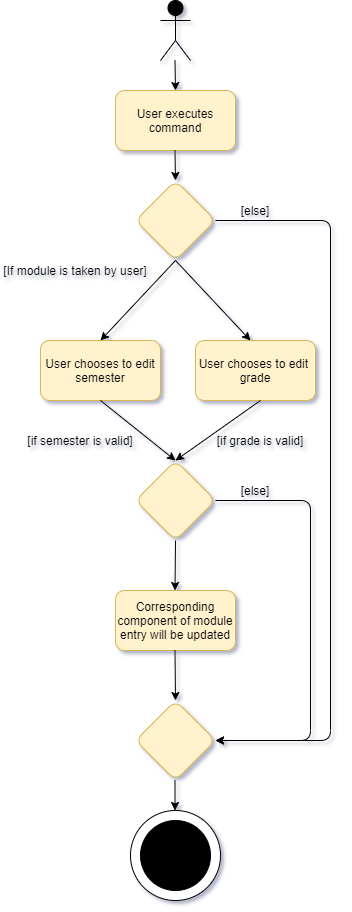
The draw.io diagram docs/images/DeveloperGuide/editModuleCommand_activity.png in vanessa-kang/tp, before a commit. Source tidied: cells renumbered, new cells last; positions are measured from the earlier drawing's top-left corner, leaving out a move shared by most shapes.
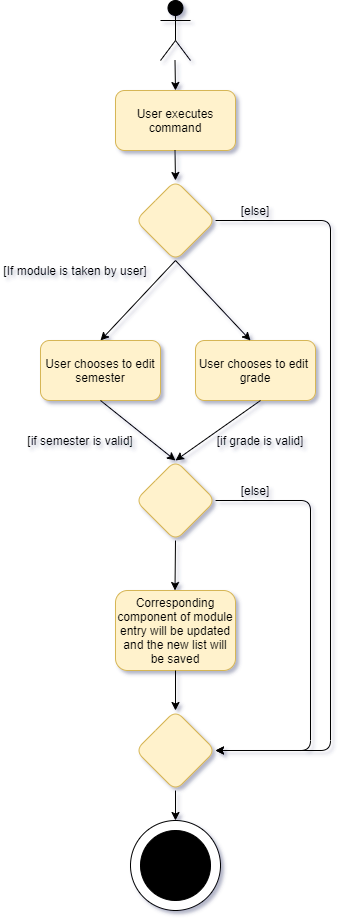
Above is the later version.

Commit message:
Amended activity diagrams for edit and remove commands, added extra step in edit command for retaken modules

The edit, as a diff of the source:
```diff
@@ -38,42 +38,41 @@
     <mxCell id="11" style="endArrow=classic;html=1;exitX=0.5;exitY=1;exitDx=0;exitDy=0;entryX=0.5;entryY=0;entryDx=0;entryDy=0;" parent="1" edge="1" source="8" target="10">
       <mxGeometry relative="1" as="geometry" />
     </mxCell>
-    <mxCell id="12" value="Corresponding component of module entry will be updated" style="rounded=1;whiteSpace=wrap;html=1;fillColor=#fff2cc;strokeColor=#d6b656;" parent="1" vertex="1">
-      <mxGeometry x="115" y="590" width="120" height="60" as="geometry" />
+    <mxCell id="12" value="Corresponding component of module entry will be updated and the new list will be saved" style="rounded=1;whiteSpace=wrap;html=1;fillColor=#fff2cc;strokeColor=#d6b656;" parent="1" vertex="1">
+      <mxGeometry x="115" y="590" width="120" height="80" as="geometry" />
     </mxCell>
     <mxCell id="13" value="[if semester is valid]" style="text;html=1;strokeColor=none;fillColor=none;align=center;verticalAlign=middle;whiteSpace=wrap;rounded=0;" parent="1" vertex="1">
       <mxGeometry y="430" width="160" height="20" as="geometry" />
     </mxCell>
     <mxCell id="14" style="rhombus;whiteSpace=wrap;html=1;fillColor=#fff2cc;strokeColor=#d6b656;rounded=1;" parent="1" vertex="1">
-      <mxGeometry x="135" y="700" width="80" height="80" as="geometry" />
+      <mxGeometry x="135" y="710" width="80" height="80" as="geometry" />
     </mxCell>
     <mxCell id="15" style="ellipse;whiteSpace=wrap;html=1;rounded=1;" parent="1" vertex="1">
-      <mxGeometry x="130" y="810" width="90" height="90" as="geometry" />
+      <mxGeometry x="130" y="820" width="90" height="90" as="geometry" />
     </mxCell>
     <mxCell id="16" style="ellipse;whiteSpace=wrap;html=1;rounded=1;fillColor=#000000;" parent="1" vertex="1">
-      <mxGeometry x="140" y="820" width="70" height="70" as="geometry" />
+      <mxGeometry x="140" y="830" width="70" height="70" as="geometry" />
     </mxCell>
     <mxCell id="17" style="endArrow=classic;html=1;entryX=1;entryY=0.5;entryDx=0;entryDy=0;" parent="1" edge="1" target="14">
       <mxGeometry relative="1" as="geometry">
         <mxPoint x="215" y="220" as="sourcePoint" />
         <Array as="points">
           <mxPoint x="330" y="220" />
-          <mxPoint x="330" y="740" />
+          <mxPoint x="330" y="750" />
         </Array>
       </mxGeometry>
     </mxCell>
     <mxCell id="18" value="[else]" style="text;html=1;strokeColor=none;fillColor=none;align=center;verticalAlign=middle;whiteSpace=wrap;rounded=0;" parent="1" vertex="1">
       <mxGeometry x="230" y="200" width="50" height="20" as="geometry" />
     </mxCell>
-    <mxCell id="19" style="endArrow=classic;html=1;exitX=0.5;exitY=1;exitDx=0;exitDy=0;" parent="1" edge="1">
+    <mxCell id="19" style="endArrow=classic;html=1;exitX=0.5;exitY=1;exitDx=0;exitDy=0;" parent="1" edge="1" source="14">
       <mxGeometry relative="1" as="geometry">
-        <mxPoint x="174.5" y="780" as="sourcePoint" />
-        <mxPoint x="174.5" y="810" as="targetPoint" />
+        <mxPoint x="175" y="820" as="targetPoint" />
       </mxGeometry>
     </mxCell>
-    <mxCell id="20" style="endArrow=classic;html=1;exitX=0.5;exitY=1;exitDx=0;exitDy=0;entryX=0.5;entryY=0;entryDx=0;entryDy=0;" parent="1" edge="1" target="14">
+    <mxCell id="20" style="endArrow=classic;html=1;exitX=0.5;exitY=1;exitDx=0;exitDy=0;" parent="1" edge="1" source="12">
       <mxGeometry relative="1" as="geometry">
-        <mxPoint x="174.5" y="650" as="sourcePoint" />
+        <mxPoint x="175" y="710" as="targetPoint" />
       </mxGeometry>
     </mxCell>
     <mxCell id="21" style="endArrow=classic;html=1;" parent="1" edge="1">
@@ -102,7 +101,7 @@
       <mxGeometry relative="1" as="geometry">
         <Array as="points">
           <mxPoint x="310" y="500" />
-          <mxPoint x="310" y="740" />
+          <mxPoint x="310" y="750" />
         </Array>
       </mxGeometry>
     </mxCell>
```
